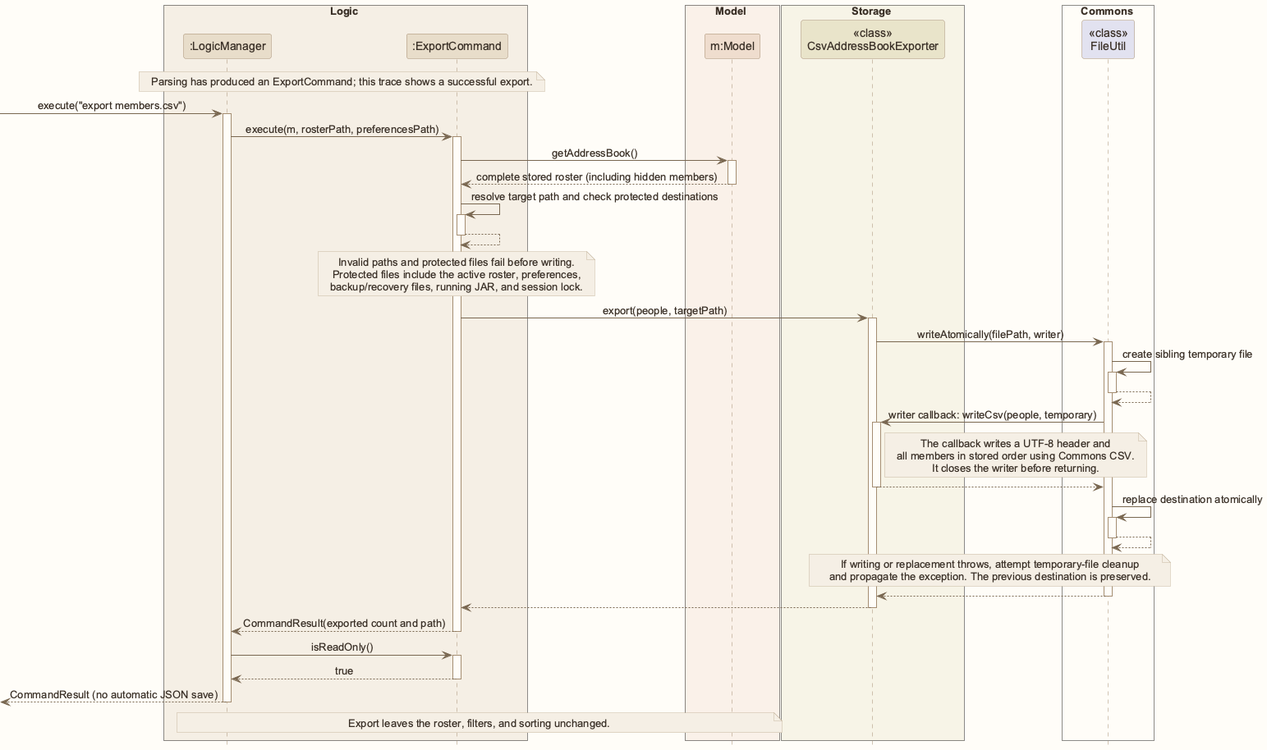
This is images/CsvExportSequenceDiagram.png from AY2627S1-CS2103T-W12-1/tp, a PlantUML export, as it was before one commit.
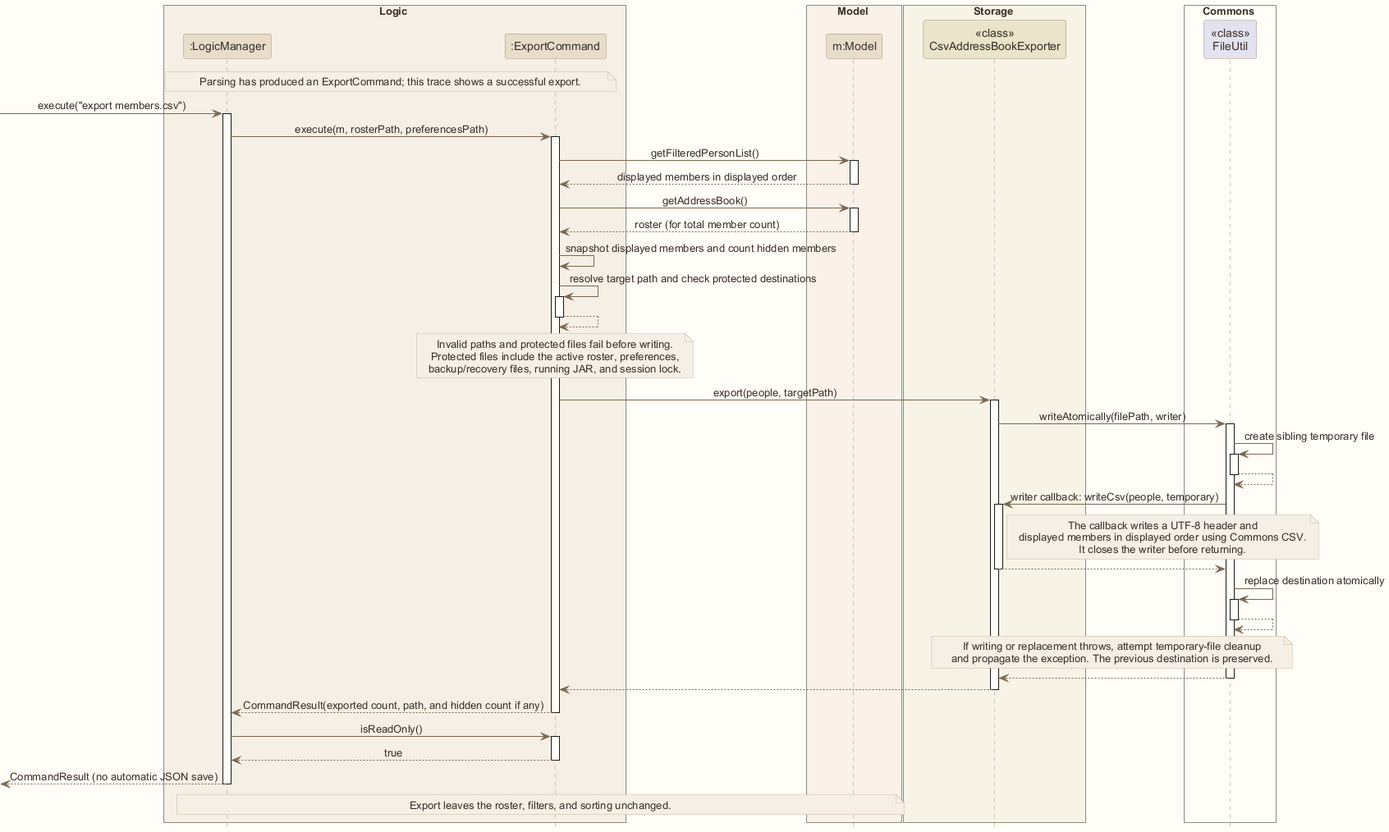
After the change.

What changed in the source:
```diff
@@ -1,5 +1,4 @@
 @startuml
-!pragma layout smetana
 !include style.puml
 skinparam ArrowFontStyle plain
 
@@ -22,10 +21,15 @@
 activate Logic
 Logic -> Command : execute(m, rosterPath, preferencesPath)
 activate Command
+Command -> Model : getFilteredPersonList()
+activate Model
+Model --> Command : displayed members in displayed order
+deactivate Model
 Command -> Model : getAddressBook()
 activate Model
-Model --> Command : complete stored roster (including hidden members)
+Model --> Command : roster (for total member count)
 deactivate Model
+Command -> Command : snapshot displayed members and count hidden members
 Command -> Command : resolve target path and check protected destinations
 activate Command
 Command --> Command
@@ -47,7 +51,7 @@
 activate Exporter
 note right of Exporter
 The callback writes a UTF-8 header and
-all members in stored order using Commons CSV.
+displayed members in displayed order using Commons CSV.
 It closes the writer before returning.
 end note
 Exporter --> FileUtil
@@ -64,7 +68,7 @@
 deactivate FileUtil
 Exporter --> Command
 deactivate Exporter
-Command --> Logic : CommandResult(exported count and path)
+Command --> Logic : CommandResult(exported count, path, and hidden count if any)
 deactivate Command
 Logic -> Command : isReadOnly()
 activate Command
```
